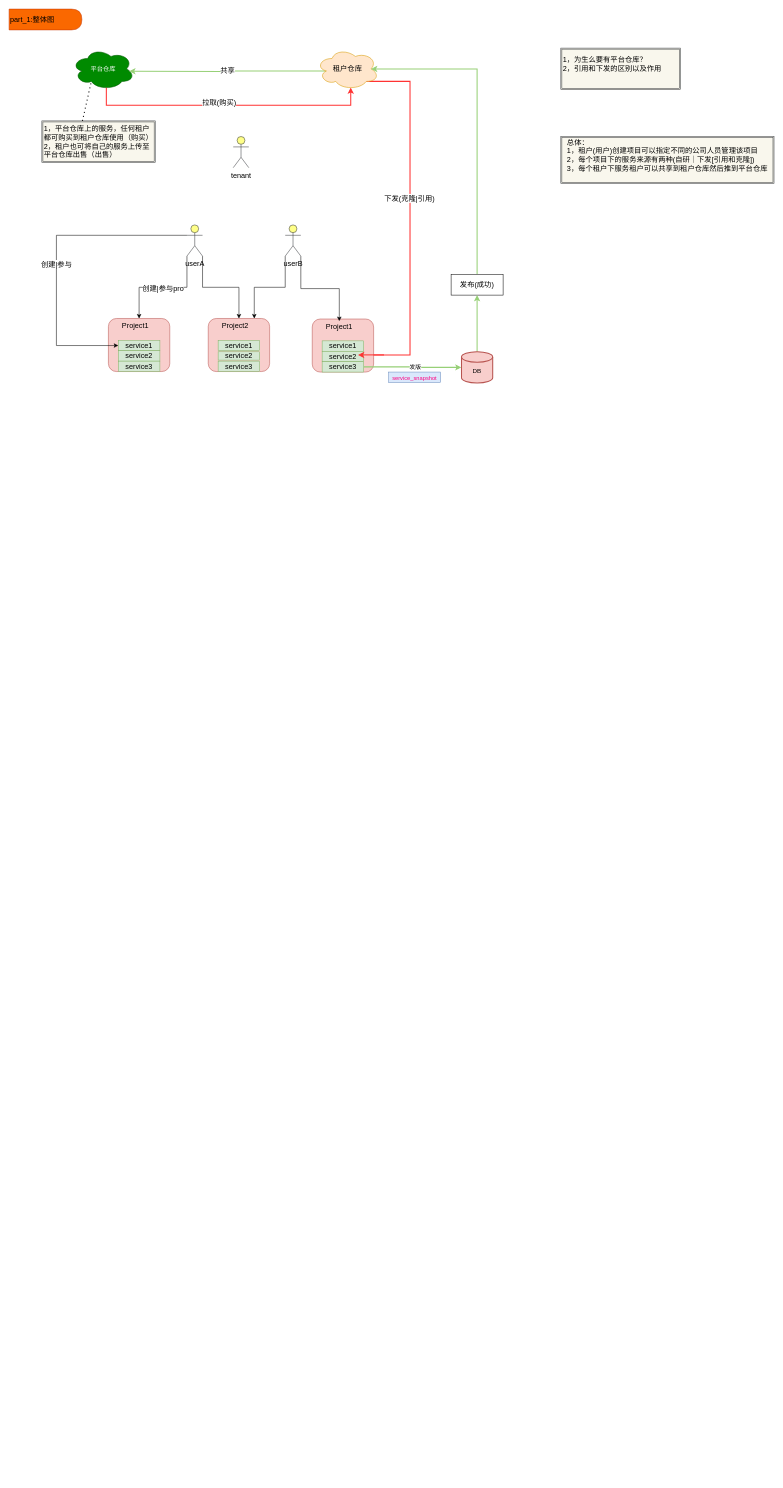
This is 服务下发.drawio from ThePointOfXu/liu_cheng_tu, a draw.io file, before an edit. Source tidied: cells renumbered, new cells numbered last; positions are measured from the earlier drawing's top-left corner, leaving out a move shared by most shapes. Both pictures are drawn from the tidied source at 52%, with x=0, y=0 at pixel (9, 9).
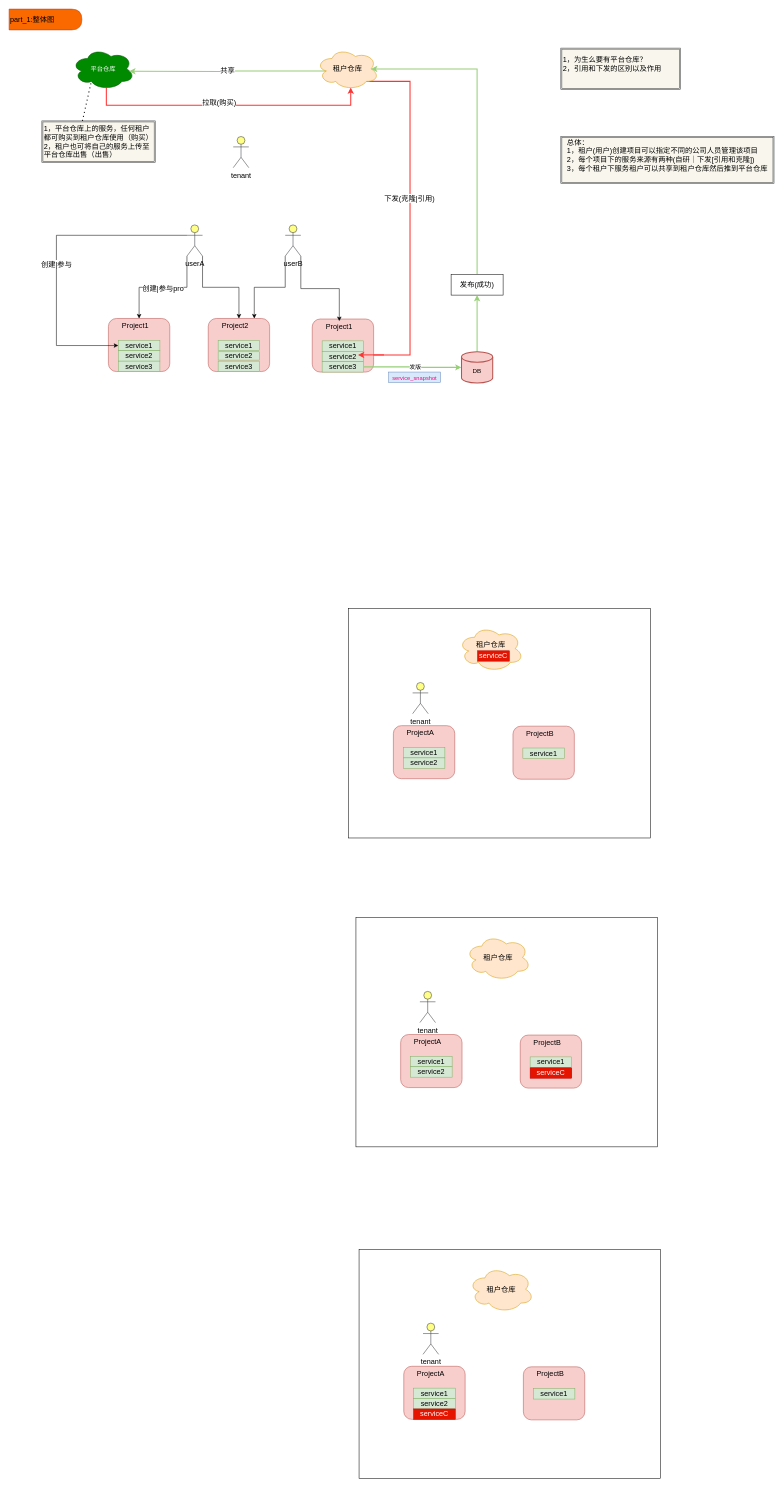
The same diagram, later.

Change to the diagram source:
```diff
@@
+    <mxCell id="48" style="rounded=0;whiteSpace=wrap;html=1;" parent="1" vertex="1">
+      <mxGeometry x="653" y="1153" width="580" height="441" as="geometry" />
+    </mxCell>
+    <mxCell id="49" style="rounded=1;whiteSpace=wrap;html=1;fontSize=14;fillColor=#f8cecc;strokeColor=#b85450;" parent="1" vertex="1">
+      <mxGeometry x="739" y="1378" width="118" height="102" as="geometry" />
+    </mxCell>
+    <mxCell id="50" value="service1" style="rounded=0;whiteSpace=wrap;html=1;fontSize=14;fillColor=#d5e8d4;strokeColor=#82b366;" parent="1" vertex="1">
+      <mxGeometry x="758" y="1420" width="80" height="20" as="geometry" />
+    </mxCell>
+    <mxCell id="51" value="service2" style="rounded=0;whiteSpace=wrap;html=1;fontSize=14;fillColor=#d5e8d4;strokeColor=#82b366;" parent="1" vertex="1">
+      <mxGeometry x="758" y="1440" width="80" height="20" as="geometry" />
+    </mxCell>
+    <mxCell id="52" value="ProjectA" style="text;html=1;strokeColor=none;fillColor=none;align=center;verticalAlign=middle;whiteSpace=wrap;rounded=0;fontSize=14;" parent="1" vertex="1">
+      <mxGeometry x="771" y="1382" width="40" height="20" as="geometry" />
+    </mxCell>
+    <mxCell id="53" value="tenant" style="shape=umlActor;verticalLabelPosition=bottom;verticalAlign=top;html=1;fontSize=14;fillColor=#ffff88;strokeColor=#36393d;" parent="1" vertex="1">
+      <mxGeometry x="776" y="1295" width="30" height="60" as="geometry" />
+    </mxCell>
+    <mxCell id="54" value="租户仓库&lt;br&gt;&lt;br&gt;" style="ellipse;shape=cloud;whiteSpace=wrap;html=1;fontSize=14;fillColor=#ffe6cc;strokeColor=#d79b00;" parent="1" vertex="1">
+      <mxGeometry x="864" y="1186" width="125" height="88" as="geometry" />
+    </mxCell>
+    <mxCell id="55" style="rounded=1;whiteSpace=wrap;html=1;fontSize=14;fillColor=#f8cecc;strokeColor=#b85450;" parent="1" vertex="1">
+      <mxGeometry x="969" y="1379" width="118" height="102" as="geometry" />
+    </mxCell>
+    <mxCell id="56" value="service1" style="rounded=0;whiteSpace=wrap;html=1;fontSize=14;fillColor=#d5e8d4;strokeColor=#82b366;" parent="1" vertex="1">
+      <mxGeometry x="988" y="1421" width="80" height="20" as="geometry" />
+    </mxCell>
+    <mxCell id="57" value="ProjectB" style="text;html=1;strokeColor=none;fillColor=none;align=center;verticalAlign=middle;whiteSpace=wrap;rounded=0;fontSize=14;" parent="1" vertex="1">
+      <mxGeometry x="1001" y="1383" width="40" height="20" as="geometry" />
+    </mxCell>
+    <mxCell id="58" value="serviceC" style="rounded=0;whiteSpace=wrap;html=1;fontSize=14;fillColor=#e51400;strokeColor=#B20000;fontColor=#ffffff;" parent="1" vertex="1">
+      <mxGeometry x="901" y="1234" width="61" height="20" as="geometry" />
+    </mxCell>
+    <mxCell id="59" style="rounded=0;whiteSpace=wrap;html=1;" parent="1" vertex="1">
+      <mxGeometry x="667" y="1747" width="580" height="441" as="geometry" />
+    </mxCell>
+    <mxCell id="60" style="rounded=1;whiteSpace=wrap;html=1;fontSize=14;fillColor=#f8cecc;strokeColor=#b85450;" parent="1" vertex="1">
+      <mxGeometry x="753" y="1972" width="118" height="102" as="geometry" />
+    </mxCell>
+    <mxCell id="61" value="service1" style="rounded=0;whiteSpace=wrap;html=1;fontSize=14;fillColor=#d5e8d4;strokeColor=#82b366;" parent="1" vertex="1">
+      <mxGeometry x="772" y="2014" width="80" height="20" as="geometry" />
+    </mxCell>
+    <mxCell id="62" value="service2" style="rounded=0;whiteSpace=wrap;html=1;fontSize=14;fillColor=#d5e8d4;strokeColor=#82b366;" parent="1" vertex="1">
+      <mxGeometry x="772" y="2034" width="80" height="20" as="geometry" />
+    </mxCell>
+    <mxCell id="63" value="ProjectA" style="text;html=1;strokeColor=none;fillColor=none;align=center;verticalAlign=middle;whiteSpace=wrap;rounded=0;fontSize=14;" parent="1" vertex="1">
+      <mxGeometry x="785" y="1976" width="40" height="20" as="geometry" />
+    </mxCell>
+    <mxCell id="64" value="tenant" style="shape=umlActor;verticalLabelPosition=bottom;verticalAlign=top;html=1;fontSize=14;fillColor=#ffff88;strokeColor=#36393d;" parent="1" vertex="1">
+      <mxGeometry x="790" y="1889" width="30" height="60" as="geometry" />
+    </mxCell>
+    <mxCell id="65" value="租户仓库" style="ellipse;shape=cloud;whiteSpace=wrap;html=1;fontSize=14;fillColor=#ffe6cc;strokeColor=#d79b00;" parent="1" vertex="1">
+      <mxGeometry x="878" y="1780" width="125" height="88" as="geometry" />
+    </mxCell>
+    <mxCell id="66" style="rounded=1;whiteSpace=wrap;html=1;fontSize=14;fillColor=#f8cecc;strokeColor=#b85450;" parent="1" vertex="1">
+      <mxGeometry x="983" y="1973" width="118" height="102" as="geometry" />
+    </mxCell>
+    <mxCell id="67" value="service1" style="rounded=0;whiteSpace=wrap;html=1;fontSize=14;fillColor=#d5e8d4;strokeColor=#82b366;" parent="1" vertex="1">
+      <mxGeometry x="1002" y="2015" width="80" height="20" as="geometry" />
+    </mxCell>
+    <mxCell id="68" value="ProjectB" style="text;html=1;strokeColor=none;fillColor=none;align=center;verticalAlign=middle;whiteSpace=wrap;rounded=0;fontSize=14;" parent="1" vertex="1">
+      <mxGeometry x="1015" y="1977" width="40" height="20" as="geometry" />
+    </mxCell>
+    <mxCell id="69" style="rounded=0;whiteSpace=wrap;html=1;" parent="1" vertex="1">
+      <mxGeometry x="673" y="2385" width="580" height="441" as="geometry" />
+    </mxCell>
+    <mxCell id="70" style="rounded=1;whiteSpace=wrap;html=1;fontSize=14;fillColor=#f8cecc;strokeColor=#b85450;" parent="1" vertex="1">
+      <mxGeometry x="759" y="2610" width="118" height="102" as="geometry" />
+    </mxCell>
+    <mxCell id="71" value="service1" style="rounded=0;whiteSpace=wrap;html=1;fontSize=14;fillColor=#d5e8d4;strokeColor=#82b366;" parent="1" vertex="1">
+      <mxGeometry x="778" y="2652" width="80" height="20" as="geometry" />
+    </mxCell>
+    <mxCell id="72" value="service2" style="rounded=0;whiteSpace=wrap;html=1;fontSize=14;fillColor=#d5e8d4;strokeColor=#82b366;" parent="1" vertex="1">
+      <mxGeometry x="778" y="2672" width="80" height="20" as="geometry" />
+    </mxCell>
+    <mxCell id="73" value="ProjectA" style="text;html=1;strokeColor=none;fillColor=none;align=center;verticalAlign=middle;whiteSpace=wrap;rounded=0;fontSize=14;" parent="1" vertex="1">
+      <mxGeometry x="791" y="2614" width="40" height="20" as="geometry" />
+    </mxCell>
+    <mxCell id="74" value="tenant" style="shape=umlActor;verticalLabelPosition=bottom;verticalAlign=top;html=1;fontSize=14;fillColor=#ffff88;strokeColor=#36393d;" parent="1" vertex="1">
+      <mxGeometry x="796" y="2527" width="30" height="60" as="geometry" />
+    </mxCell>
+    <mxCell id="75" value="租户仓库" style="ellipse;shape=cloud;whiteSpace=wrap;html=1;fontSize=14;fillColor=#ffe6cc;strokeColor=#d79b00;" parent="1" vertex="1">
+      <mxGeometry x="884" y="2418" width="125" height="88" as="geometry" />
+    </mxCell>
+    <mxCell id="76" style="rounded=1;whiteSpace=wrap;html=1;fontSize=14;fillColor=#f8cecc;strokeColor=#b85450;" parent="1" vertex="1">
+      <mxGeometry x="989" y="2611" width="118" height="102" as="geometry" />
+    </mxCell>
+    <mxCell id="77" value="service1" style="rounded=0;whiteSpace=wrap;html=1;fontSize=14;fillColor=#d5e8d4;strokeColor=#82b366;" parent="1" vertex="1">
+      <mxGeometry x="1008" y="2653" width="80" height="20" as="geometry" />
+    </mxCell>
+    <mxCell id="78" value="ProjectB" style="text;html=1;strokeColor=none;fillColor=none;align=center;verticalAlign=middle;whiteSpace=wrap;rounded=0;fontSize=14;" parent="1" vertex="1">
+      <mxGeometry x="1021" y="2615" width="40" height="20" as="geometry" />
+    </mxCell>
+    <mxCell id="79" value="serviceC" style="rounded=0;whiteSpace=wrap;html=1;fontSize=14;fillColor=#e51400;strokeColor=#B20000;fontColor=#ffffff;" parent="1" vertex="1">
+      <mxGeometry x="1002" y="2036" width="80" height="20" as="geometry" />
+    </mxCell>
+    <mxCell id="80" value="serviceC" style="rounded=0;whiteSpace=wrap;html=1;fontSize=14;fillColor=#e51400;strokeColor=#B20000;fontColor=#ffffff;" parent="1" vertex="1">
+      <mxGeometry x="778" y="2692" width="80" height="20" as="geometry" />
+    </mxCell>
```
